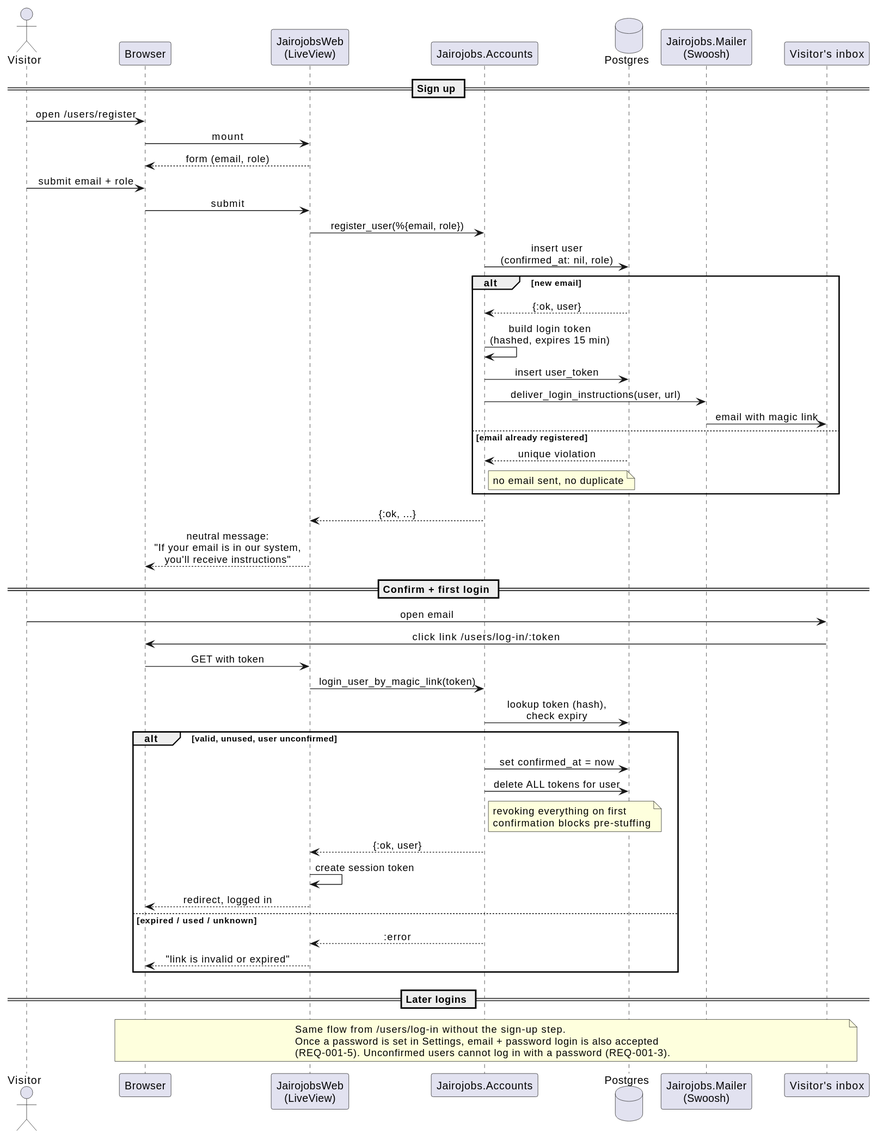
Above: docs/specs/001-accounts-authentication/diagrams/sequence-magic-link-signup.svg in raseniero/jairojobs-elixir (PlantUML), before the change.
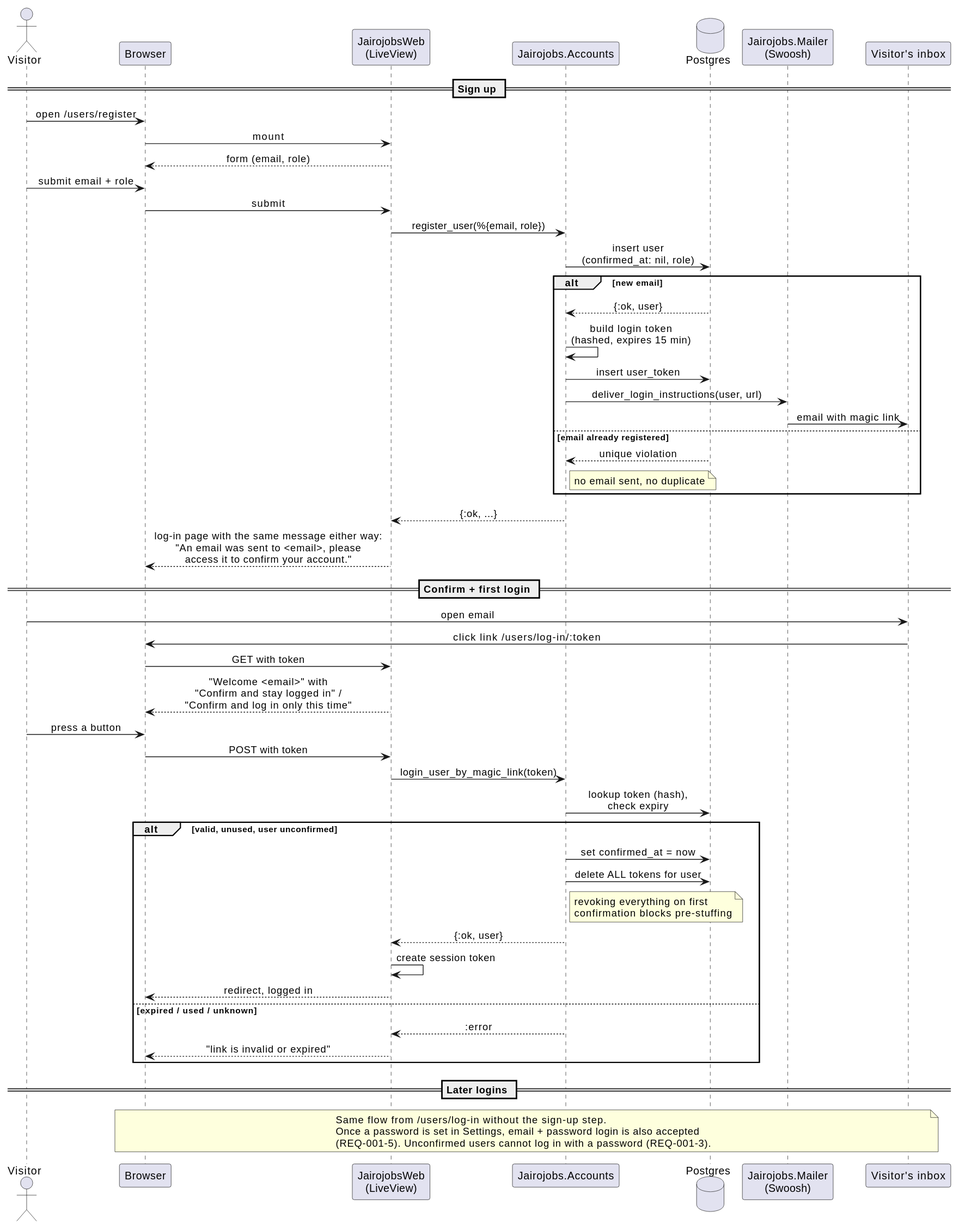
Later version of the same file.

Commit message:
docs(spec 001): diagrams brought in line with the built screens; the emailed link is opened and confirmed (REQ-001-3, REQ-001-4)

Change to the diagram source:
```diff
@@ -30,12 +30,15 @@
   note right of ACC : no email sent, no duplicate
 end
 ACC --> W : {:ok, ...}
-W --> B : neutral message:\n"If your email is in our system,\nyou'll receive instructions"
+W --> B : log-in page with the same message either way:\n"An email was sent to <email>, please\naccess it to confirm your account."
 
 == Confirm + first login ==
 Visitor -> INBOX : open email
 INBOX -> B : click link /users/log-in/:token
 B -> W : GET with token
+W --> B : "Welcome <email>" with\n"Confirm and stay logged in" /\n"Confirm and log in only this time"
+Visitor -> B : press a button
+B -> W : POST with token
 W -> ACC : login_user_by_magic_link(token)
 ACC -> DB : lookup token (hash),\ncheck expiry
 alt valid, unused, user unconfirmed
```
